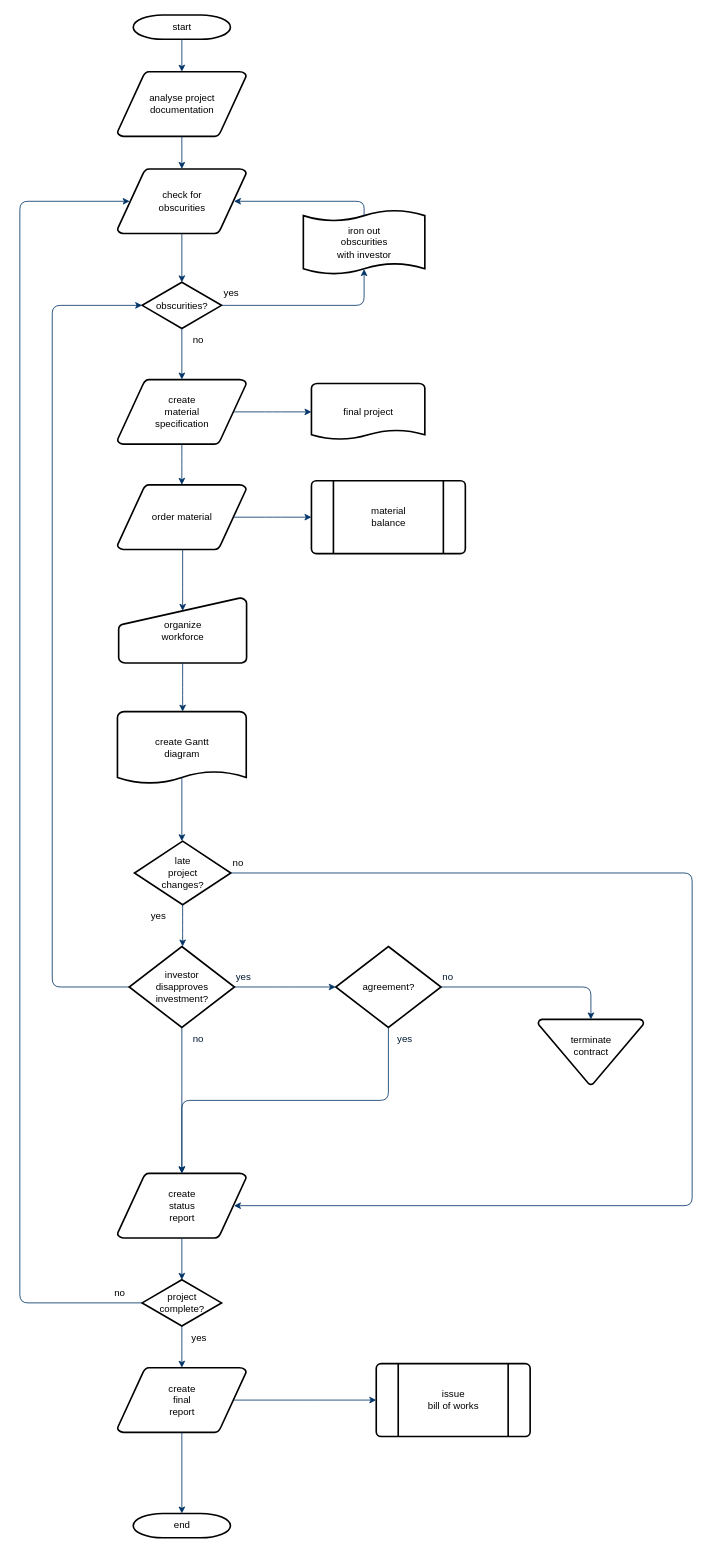
Earlier version of the draw.io diagram caa.drawio (BluettDream/draw.io). Source tidied: cells renumbered, new cells numbered last; positions are measured from the earlier drawing's top-left corner, leaving out a move shared by most shapes. Both pictures are drawn from the tidied source at 81%, with x=0, y=0 at pixel (19, 15).
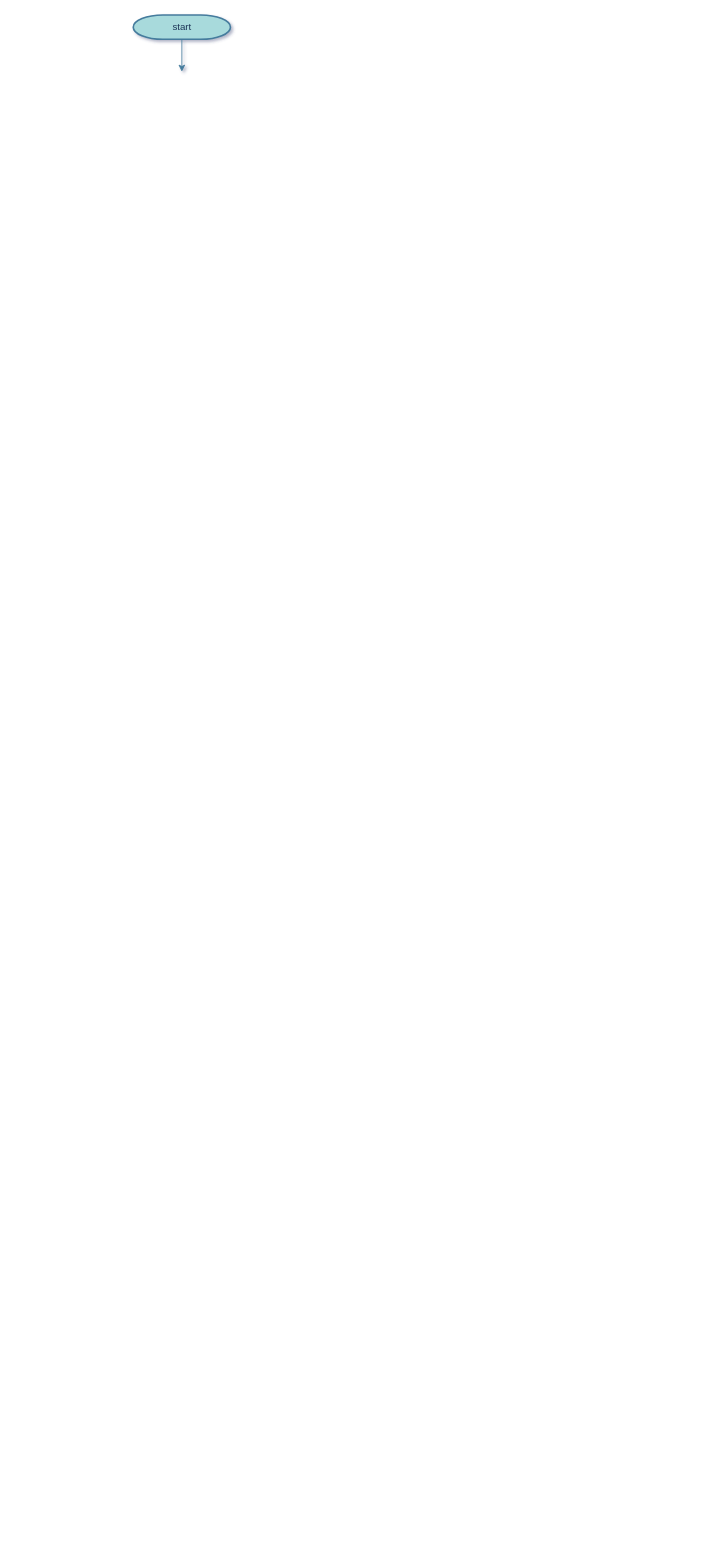
The same page after the edit.

Change to the diagram source:
```diff
@@
-<mxGraphModel>
+<mxGraphModel shadow="1">
@@
-    <mxCell id="2" value="start" style="shape=mxgraph.flowchart.terminator;strokeWidth=2;gradientColor=none;gradientDirection=north;fontStyle=0;html=1;" parent="1" vertex="1">
+    <mxCell id="2" value="start" style="shape=mxgraph.flowchart.terminator;strokeWidth=2;gradientDirection=north;fontStyle=0;html=1;labelBackgroundColor=none;fillColor=#A8DADC;strokeColor=#457B9D;fontColor=#1D3557;" parent="1" vertex="1">
       <mxGeometry x="140" width="120" height="30" as="geometry" />
     </mxCell>
-    <mxCell id="3" value="analyse project&#10; documentation" style="shape=mxgraph.flowchart.data;strokeWidth=2;gradientColor=none;gradientDirection=north;fontStyle=0;html=1;" parent="1" vertex="1">
-      <mxGeometry x="120.5" y="70" width="159" height="80" as="geometry" />
-    </mxCell>
-    <mxCell id="4" value="create&#10;material&#10;specification" style="shape=mxgraph.flowchart.data;strokeWidth=2;gradientColor=none;gradientDirection=north;fontStyle=0;html=1;" parent="1" vertex="1">
-      <mxGeometry x="120.5" y="450" width="159" height="80" as="geometry" />
-    </mxCell>
-    <mxCell id="5" value="check for&#10;obscurities" style="shape=mxgraph.flowchart.data;strokeWidth=2;gradientColor=none;gradientDirection=north;fontStyle=0;html=1;" parent="1" vertex="1">
-      <mxGeometry x="120.5" y="190" width="159" height="80" as="geometry" />
-    </mxCell>
-    <mxCell id="6" value="obscurities?" style="shape=mxgraph.flowchart.decision;strokeWidth=2;gradientColor=none;gradientDirection=north;fontStyle=0;html=1;" parent="1" vertex="1">
-      <mxGeometry x="151" y="330" width="98" height="57" as="geometry" />
-    </mxCell>
-    <mxCell id="7" style="fontStyle=1;strokeColor=#003366;strokeWidth=1;html=1;" parent="1" edge="1" source="2" target="3">
-      <mxGeometry relative="1" as="geometry" />
+    <mxCell id="7" style="fontStyle=1;strokeColor=#457B9D;strokeWidth=1;html=1;labelBackgroundColor=none;fontColor=default;" parent="1" edge="1" source="2">
+      <mxGeometry relative="1" as="geometry">
+        <mxPoint x="200" y="70" as="targetPoint" />
+      </mxGeometry>
     </mxCell>
-    <mxCell id="8" style="fontStyle=1;strokeColor=#003366;strokeWidth=1;html=1;" parent="1" edge="1" source="3" target="5">
-      <mxGeometry relative="1" as="geometry" />
-    </mxCell>
-    <mxCell id="9" style="entryX=0.5;entryY=0;entryPerimeter=0;fontStyle=1;strokeColor=#003366;strokeWidth=1;html=1;" parent="1" edge="1" source="5" target="6">
-      <mxGeometry relative="1" as="geometry" />
-    </mxCell>
-    <mxCell id="10" style="edgeStyle=elbowEdgeStyle;elbow=horizontal;entryX=0.5;entryY=0.91;entryPerimeter=0;exitX=1;exitY=0.5;exitPerimeter=0;fontStyle=1;strokeColor=#003366;strokeWidth=1;html=1;" parent="1" edge="1" source="6" target="51">
-      <mxGeometry x="381" y="28.5" as="geometry">
-        <Array as="points">
-          <mxPoint x="425" y="340" />
-        </Array>
-      </mxGeometry>
-    </mxCell>
-    <mxCell id="11" value="yes" style="text;fontStyle=0;html=1;strokeColor=none;gradientColor=none;fillColor=none;strokeWidth=2;" parent="1" vertex="1">
-      <mxGeometry x="250" y="330" width="40" height="26" as="geometry" />
-    </mxCell>
-    <mxCell id="12" style="edgeStyle=elbowEdgeStyle;elbow=horizontal;fontColor=#001933;fontStyle=1;strokeColor=#003366;strokeWidth=1;html=1;" parent="1" edge="1" source="6" target="4">
-      <mxGeometry as="geometry" />
-    </mxCell>
-    <mxCell id="13" value="order material" style="shape=mxgraph.flowchart.data;strokeWidth=2;gradientColor=none;gradientDirection=north;fontStyle=0;html=1;" parent="1" vertex="1">
-      <mxGeometry x="120.5" y="580" width="159" height="80" as="geometry" />
-    </mxCell>
-    <mxCell id="14" value="no" style="text;fontStyle=0;html=1;strokeColor=none;gradientColor=none;fillColor=none;strokeWidth=2;align=center;" parent="1" vertex="1">
-      <mxGeometry x="200" y="387" width="40" height="26" as="geometry" />
-    </mxCell>
-    <mxCell id="15" value="final project" style="shape=mxgraph.flowchart.document;strokeWidth=2;gradientColor=none;gradientDirection=north;fontStyle=0;html=1;" parent="1" vertex="1">
-      <mxGeometry x="360" y="455" width="140" height="70" as="geometry" />
-    </mxCell>
-    <mxCell id="16" style="edgeStyle=elbowEdgeStyle;elbow=horizontal;exitX=0.905;exitY=0.5;exitPerimeter=0;fontStyle=1;strokeColor=#003366;strokeWidth=1;html=1;" parent="1" edge="1" source="4" target="15">
-      <mxGeometry as="geometry" />
-    </mxCell>
-    <mxCell id="17" style="edgeStyle=elbowEdgeStyle;elbow=horizontal;fontStyle=1;strokeColor=#003366;strokeWidth=1;html=1;" parent="1" edge="1" source="4" target="13">
-      <mxGeometry as="geometry" />
-    </mxCell>
-    <mxCell id="18" value="material&#10;balance" style="shape=mxgraph.flowchart.predefined_process;strokeWidth=2;gradientColor=none;gradientDirection=north;fontStyle=0;html=1;" parent="1" vertex="1">
-      <mxGeometry x="360" y="575" width="190" height="90" as="geometry" />
-    </mxCell>
-    <mxCell id="19" style="edgeStyle=elbowEdgeStyle;elbow=horizontal;exitX=0.905;exitY=0.5;exitPerimeter=0;fontStyle=1;strokeColor=#003366;strokeWidth=1;html=1;" parent="1" edge="1" source="13" target="18">
-      <mxGeometry as="geometry" />
-    </mxCell>
-    <mxCell id="20" value="organize &#10;workforce" style="shape=mxgraph.flowchart.manual_input;strokeWidth=2;gradientColor=none;gradientDirection=north;fontStyle=0;html=1;" parent="1" vertex="1">
-      <mxGeometry x="122" y="720" width="158" height="80" as="geometry" />
-    </mxCell>
-    <mxCell id="21" style="edgeStyle=elbowEdgeStyle;elbow=horizontal;entryX=0.5;entryY=0.195;entryPerimeter=0;fontStyle=1;strokeColor=#003366;strokeWidth=1;html=1;" parent="1" edge="1" source="13" target="20">
-      <mxGeometry as="geometry" />
-    </mxCell>
-    <mxCell id="22" value="create Gantt&#10;diagram" style="shape=mxgraph.flowchart.document;strokeWidth=2;gradientColor=none;gradientDirection=north;fontStyle=0;html=1;" parent="1" vertex="1">
-      <mxGeometry x="120.5" y="860" width="159" height="90" as="geometry" />
-    </mxCell>
-    <mxCell id="23" style="edgeStyle=elbowEdgeStyle;elbow=horizontal;exitX=0.5;exitY=1;exitPerimeter=0;fontStyle=1;strokeColor=#003366;strokeWidth=1;html=1;" parent="1" edge="1" source="20" target="22">
-      <mxGeometry as="geometry" />
-    </mxCell>
-    <mxCell id="24" value="late&#10;project&#10;changes?" style="shape=mxgraph.flowchart.decision;strokeWidth=2;gradientColor=none;gradientDirection=north;fontStyle=0;html=1;" parent="1" vertex="1">
-      <mxGeometry x="141.5" y="1020" width="119" height="78.5" as="geometry" />
-    </mxCell>
-    <mxCell id="25" style="edgeStyle=elbowEdgeStyle;elbow=horizontal;exitX=0.5;exitY=0.9;exitPerimeter=0;fontStyle=1;strokeColor=#003366;strokeWidth=1;html=1;" parent="1" edge="1" source="22" target="24">
-      <mxGeometry as="geometry" />
-    </mxCell>
-    <mxCell id="26" style="edgeStyle=elbowEdgeStyle;elbow=horizontal;exitX=0;exitY=0.5;exitPerimeter=0;entryX=0;entryY=0.5;entryPerimeter=0;fontStyle=1;strokeColor=#003366;strokeWidth=1;html=1;" parent="1" edge="1" source="28" target="6">
-      <mxGeometry as="geometry">
-        <Array as="points">
-          <mxPoint x="40" y="790" />
-        </Array>
-      </mxGeometry>
-    </mxCell>
-    <mxCell id="27" value="yes" style="text;fontStyle=0;html=1;strokeColor=none;gradientColor=none;fillColor=none;strokeWidth=2;" parent="1" vertex="1">
-      <mxGeometry x="160" y="1098.5" width="40" height="26" as="geometry" />
-    </mxCell>
-    <mxCell id="28" value="investor&#10;disapproves&#10; investment?" style="shape=mxgraph.flowchart.decision;strokeWidth=2;gradientColor=none;gradientDirection=north;fontStyle=0;html=1;" parent="1" vertex="1">
-      <mxGeometry x="135" y="1150" width="130" height="100" as="geometry" />
-    </mxCell>
-    <mxCell id="29" value="agreement?" style="shape=mxgraph.flowchart.decision;strokeWidth=2;gradientColor=none;gradientDirection=north;fontStyle=0;html=1;" parent="1" vertex="1">
-      <mxGeometry x="390" y="1150" width="130" height="100" as="geometry" />
-    </mxCell>
-    <mxCell id="30" style="edgeStyle=elbowEdgeStyle;elbow=horizontal;exitX=0.5;exitY=1;exitPerimeter=0;fontStyle=1;strokeColor=#003366;strokeWidth=1;html=1;" parent="1" edge="1" source="24" target="28">
-      <mxGeometry as="geometry" />
-    </mxCell>
-    <mxCell id="31" style="edgeStyle=elbowEdgeStyle;elbow=horizontal;exitX=1;exitY=0.5;exitPerimeter=0;entryX=0;entryY=0.5;entryPerimeter=0;fontStyle=1;strokeColor=#003366;strokeWidth=1;html=1;" parent="1" edge="1" source="28" target="29">
-      <mxGeometry as="geometry" />
-    </mxCell>
-    <mxCell id="32" value="terminate&#10;contract&#10;" style="shape=mxgraph.flowchart.merge_or_storage;strokeWidth=2;gradientColor=none;gradientDirection=north;fontStyle=0;html=1;" parent="1" vertex="1">
-      <mxGeometry x="640" y="1240" width="130" height="80.5" as="geometry" />
-    </mxCell>
-    <mxCell id="33" style="edgeStyle=elbowEdgeStyle;elbow=vertical;exitX=1;exitY=0.5;exitPerimeter=0;entryX=0.5;entryY=0;entryPerimeter=0;fontStyle=1;strokeColor=#003366;strokeWidth=1;html=1;" parent="1" edge="1" source="29" target="32">
-      <mxGeometry as="geometry">
-        <Array as="points">
-          <mxPoint x="620" y="1200" />
-        </Array>
-      </mxGeometry>
-    </mxCell>
-    <mxCell id="34" value="create&#10;status&#10;report" style="shape=mxgraph.flowchart.data;strokeWidth=2;gradientColor=none;gradientDirection=north;fontStyle=0;html=1;" parent="1" vertex="1">
-      <mxGeometry x="120.5" y="1430" width="159" height="80" as="geometry" />
-    </mxCell>
-    <mxCell id="35" style="edgeStyle=elbowEdgeStyle;elbow=vertical;exitX=0.5;exitY=1;exitPerimeter=0;fontColor=#001933;fontStyle=1;strokeColor=#003366;strokeWidth=1;html=1;" parent="1" edge="1" source="28" target="34">
-      <mxGeometry as="geometry" />
-    </mxCell>
-    <mxCell id="36" style="edgeStyle=elbowEdgeStyle;elbow=vertical;exitX=0.5;exitY=1;exitPerimeter=0;entryX=0.5;entryY=0;entryPerimeter=0;fontStyle=1;strokeColor=#003366;strokeWidth=1;html=1;" parent="1" edge="1" source="29" target="34">
-      <mxGeometry as="geometry" />
-    </mxCell>
-    <mxCell id="37" value="project&#10;complete?" style="shape=mxgraph.flowchart.decision;strokeWidth=2;gradientColor=none;gradientDirection=north;fontStyle=0;html=1;" parent="1" vertex="1">
-      <mxGeometry x="151" y="1561.5" width="98" height="57" as="geometry" />
-    </mxCell>
-    <mxCell id="38" value="create&#10;final&#10;report" style="shape=mxgraph.flowchart.data;strokeWidth=2;gradientColor=none;gradientDirection=north;fontStyle=0;html=1;" parent="1" vertex="1">
-      <mxGeometry x="120.5" y="1670" width="159" height="80" as="geometry" />
-    </mxCell>
-    <mxCell id="39" value="issue&#10;bill of works" style="shape=mxgraph.flowchart.predefined_process;strokeWidth=2;gradientColor=none;gradientDirection=north;fontStyle=0;html=1;" parent="1" vertex="1">
-      <mxGeometry x="440" y="1665" width="190" height="90" as="geometry" />
-    </mxCell>
-    <mxCell id="40" value="end" style="shape=mxgraph.flowchart.terminator;strokeWidth=2;gradientColor=none;gradientDirection=north;fontStyle=0;html=1;" parent="1" vertex="1">
-      <mxGeometry x="140" y="1850" width="120" height="30" as="geometry" />
-    </mxCell>
-    <mxCell id="41" style="edgeStyle=elbowEdgeStyle;elbow=vertical;exitX=0.5;exitY=1;exitPerimeter=0;entryX=0.5;entryY=0;entryPerimeter=0;fontStyle=1;strokeColor=#003366;strokeWidth=1;html=1;" parent="1" edge="1" source="34" target="37">
-      <mxGeometry as="geometry" />
-    </mxCell>
-    <mxCell id="42" style="edgeStyle=elbowEdgeStyle;elbow=vertical;exitX=0.5;exitY=1;exitPerimeter=0;entryX=0.5;entryY=0;entryPerimeter=0;fontStyle=1;strokeColor=#003366;strokeWidth=1;html=1;" parent="1" edge="1" source="37" target="38">
-      <mxGeometry as="geometry" />
-    </mxCell>
-    <mxCell id="43" style="edgeStyle=elbowEdgeStyle;elbow=vertical;exitX=0.5;exitY=1;exitPerimeter=0;entryX=0.5;entryY=0;entryPerimeter=0;fontStyle=1;strokeColor=#003366;strokeWidth=1;html=1;" parent="1" edge="1" source="38" target="40">
-      <mxGeometry as="geometry" />
-    </mxCell>
-    <mxCell id="44" style="edgeStyle=elbowEdgeStyle;elbow=vertical;exitX=0.905;exitY=0.5;exitPerimeter=0;entryX=0;entryY=0.5;entryPerimeter=0;fontStyle=1;strokeColor=#003366;strokeWidth=1;html=1;" parent="1" edge="1" source="38" target="39">
-      <mxGeometry as="geometry" />
-    </mxCell>
-    <mxCell id="45" style="edgeStyle=elbowEdgeStyle;elbow=horizontal;exitX=1;exitY=0.5;exitPerimeter=0;entryX=0.905;entryY=0.5;entryPerimeter=0;fontStyle=1;strokeColor=#003366;strokeWidth=1;html=1;" parent="1" edge="1" source="24" target="34">
-      <mxGeometry as="geometry">
-        <Array as="points">
-          <mxPoint x="830" y="1260" />
-        </Array>
-      </mxGeometry>
-    </mxCell>
-    <mxCell id="46" value="no" style="text;fontStyle=0;html=1;strokeColor=none;gradientColor=none;fillColor=none;strokeWidth=2;" parent="1" vertex="1">
-      <mxGeometry x="260.5" y="1033.2" width="40" height="26" as="geometry" />
-    </mxCell>
-    <mxCell id="47" value="yes" style="text;fontColor=#001933;fontStyle=0;html=1;strokeColor=none;gradientColor=none;fillColor=none;strokeWidth=2;" parent="1" vertex="1">
-      <mxGeometry x="265" y="1174" width="40" height="26" as="geometry" />
-    </mxCell>
-    <mxCell id="48" value="no" style="text;fontColor=#001933;fontStyle=0;html=1;strokeColor=none;gradientColor=none;fillColor=none;strokeWidth=2;align=center;" parent="1" vertex="1">
-      <mxGeometry x="200" y="1250" width="40" height="26" as="geometry" />
-    </mxCell>
-    <mxCell id="49" value="yes" style="text;fontColor=#001933;fontStyle=0;html=1;strokeColor=none;gradientColor=none;fillColor=none;strokeWidth=2;align=center;" parent="1" vertex="1">
-      <mxGeometry x="455" y="1250" width="40" height="26" as="geometry" />
-    </mxCell>
-    <mxCell id="50" value="no" style="text;fontColor=#001933;fontStyle=0;html=1;strokeColor=none;gradientColor=none;fillColor=none;strokeWidth=2;" parent="1" vertex="1">
-      <mxGeometry x="520" y="1174" width="40" height="26" as="geometry" />
-    </mxCell>
-    <mxCell id="51" value="iron out&#10;obscurities &#10;with investor" style="shape=mxgraph.flowchart.paper_tape;strokeWidth=2;gradientColor=none;gradientDirection=north;fontStyle=0;html=1;" parent="1" vertex="1">
-      <mxGeometry x="350" y="240" width="150" height="81" as="geometry" />
-    </mxCell>
-    <mxCell id="52" style="edgeStyle=elbowEdgeStyle;elbow=horizontal;exitX=0.5;exitY=0.09;exitPerimeter=0;entryX=0.905;entryY=0.5;entryPerimeter=0;fontStyle=1;strokeColor=#003366;strokeWidth=1;html=1;" parent="1" edge="1" source="51" target="5">
-      <mxGeometry as="geometry">
-        <Array as="points">
-          <mxPoint x="425" y="240" />
-        </Array>
-      </mxGeometry>
-    </mxCell>
-    <mxCell id="53" value="yes" style="text;fontStyle=0;html=1;strokeColor=none;gradientColor=none;fillColor=none;strokeWidth=2;align=center;" parent="1" vertex="1">
-      <mxGeometry x="201" y="1620" width="40" height="26" as="geometry" />
-    </mxCell>
-    <mxCell id="54" style="edgeStyle=elbowEdgeStyle;elbow=horizontal;exitX=0;exitY=0.5;exitPerimeter=0;entryX=0.095;entryY=0.5;entryPerimeter=0;fontStyle=1;strokeColor=#003366;strokeWidth=1;html=1;" parent="1" edge="1" source="37" target="5">
-      <mxGeometry as="geometry">
-        <Array as="points">
-          <mxPoint y="910" />
-        </Array>
-      </mxGeometry>
-    </mxCell>
-    <mxCell id="55" value="no" style="text;fontStyle=0;html=1;strokeColor=none;gradientColor=none;fillColor=none;strokeWidth=2;" parent="1" vertex="1">
-      <mxGeometry x="115" y="1564" width="40" height="26" as="geometry" />
-    </mxCell>
```
